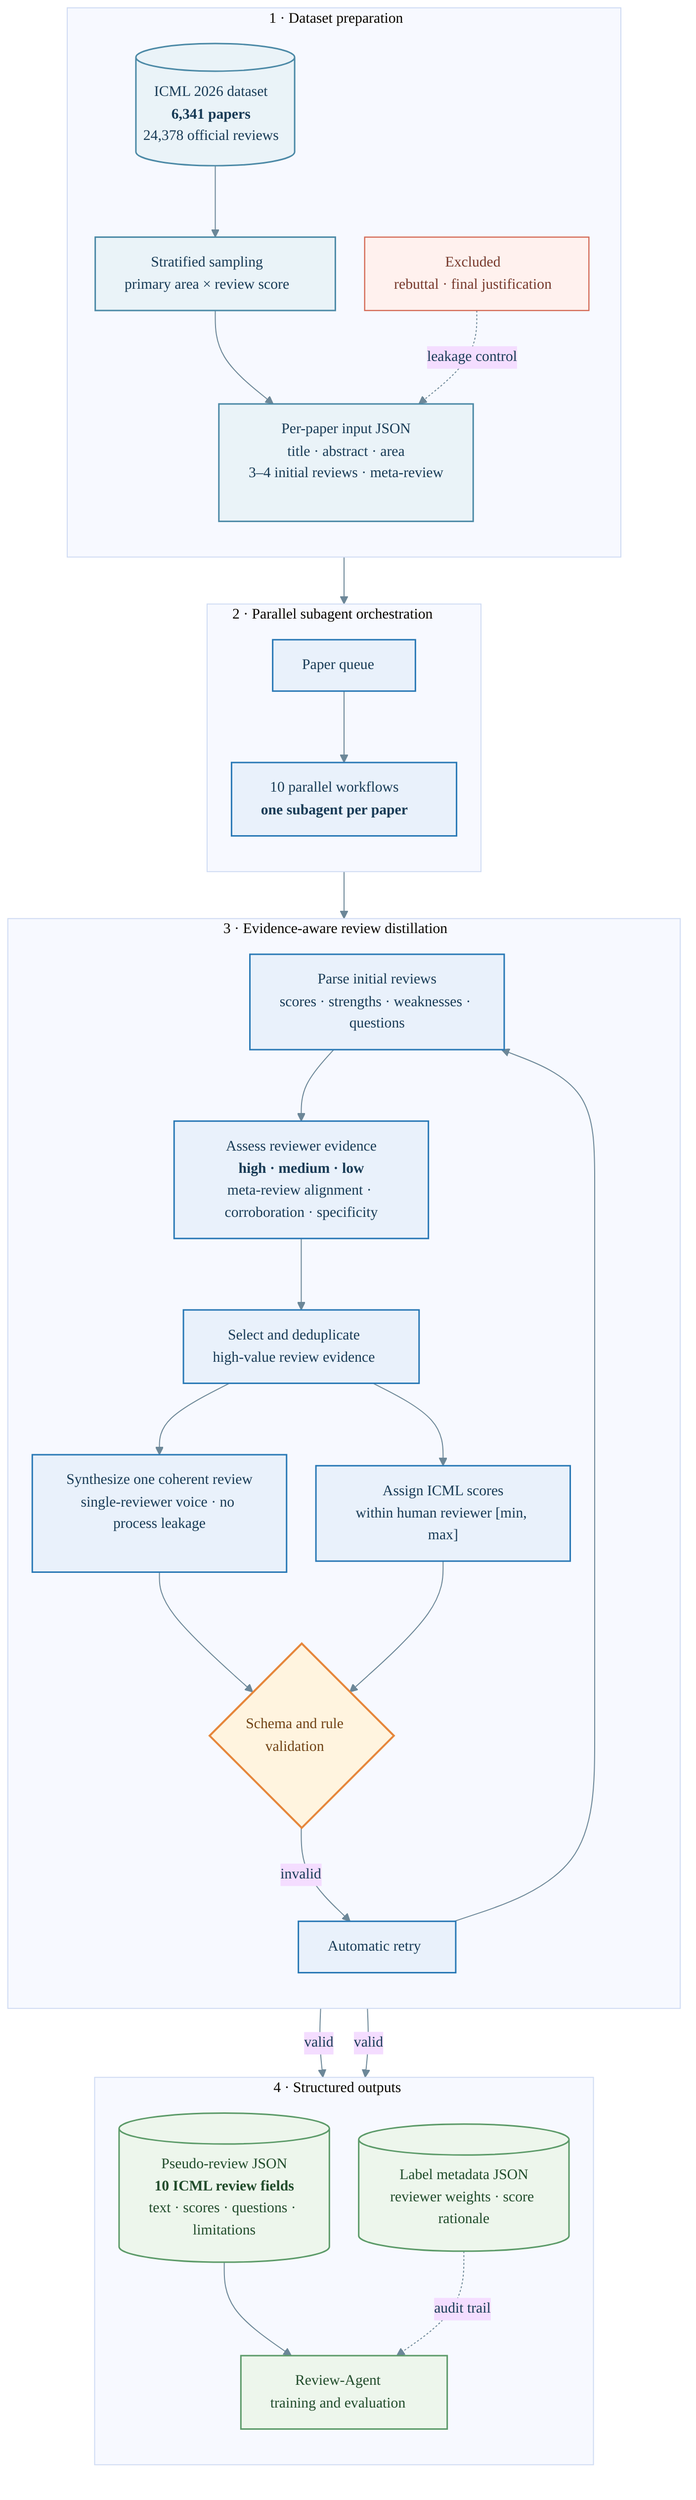
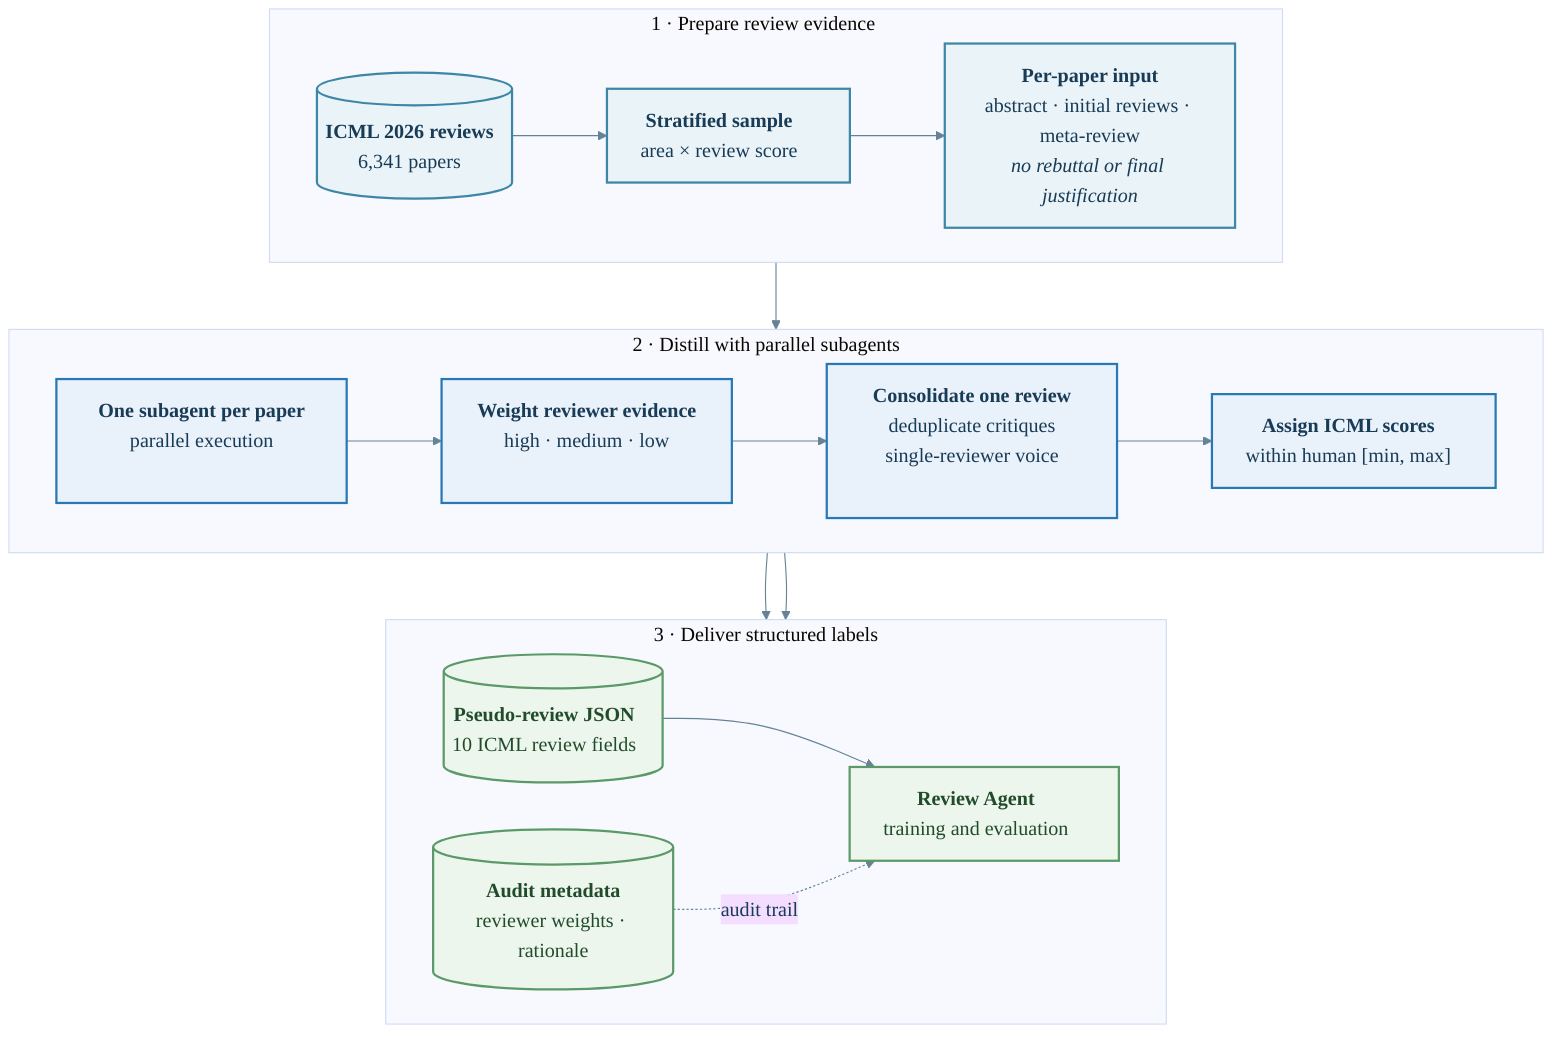
%%{init: {
  "theme": "base",
-   "flowchart": {"curve": "basis", "nodeSpacing": 30, "rankSpacing": 48},
+   "flowchart": {"curve": "basis", "nodeSpacing": 42, "rankSpacing": 60},
  "themeVariables": {
    "fontFamily": "Inter, Arial, sans-serif",
-     "fontSize": "15px",
+     "fontSize": "18px",
    "primaryTextColor": "#183B56",
-     "lineColor": "#6C8798"
+     "lineColor": "#668396"
  }
}}%%
flowchart TB
-     subgraph DATA["1 · Dataset preparation"]
-         direction TB
-         HF[("ICML 2026 dataset<br/><b>6,341 papers</b><br/>24,378 official reviews")]
-         SAMPLE["Stratified sampling<br/>primary area × review score"]
-         INPUT["Per-paper input JSON<br/>title · abstract · area<br/>3–4 initial reviews · meta-review"]
-         EXCLUDE["Excluded<br/>rebuttal · final justification"]
-         HF --> SAMPLE --> INPUT
-         EXCLUDE -. leakage control .-> INPUT
+     subgraph PREP["1 · Prepare review evidence"]
+         direction LR
+         DATA[("<b>ICML 2026 reviews</b><br/>6,341 papers")]
+         SAMPLE["<b>Stratified sample</b><br/>area × review score"]
+         INPUT["<b>Per-paper input</b><br/>abstract · initial reviews · meta-review<br/><i>no rebuttal or final justification</i>"]
+         DATA --> SAMPLE --> INPUT
    end

-     subgraph ORCH["2 · Parallel subagent orchestration"]
-         direction TB
-         QUEUE["Paper queue"]
-         WORKERS["10 parallel workflows<br/><b>one subagent per paper</b>"]
-         QUEUE --> WORKERS
+     subgraph DISTILL["2 · Distill with parallel subagents"]
+         direction LR
+         AGENT["<b>One subagent per paper</b><br/>parallel execution"]
+         WEIGHT["<b>Weight reviewer evidence</b><br/>high · medium · low"]
+         SYNTH["<b>Consolidate one review</b><br/>deduplicate critiques<br/>single-reviewer voice"]
+         SCORE["<b>Assign ICML scores</b><br/>within human [min, max]"]
+         AGENT --> WEIGHT --> SYNTH --> SCORE
    end

-     subgraph AGENT["3 · Evidence-aware review distillation"]
-         direction TB
-         READ["Parse initial reviews<br/>scores · strengths · weaknesses · questions"]
-         WEIGH["Assess reviewer evidence<br/><b>high · medium · low</b><br/>meta-review alignment · corroboration · specificity"]
-         SELECT["Select and deduplicate<br/>high-value review evidence"]
-         WRITE["Synthesize one coherent review<br/>single-reviewer voice · no process leakage"]
-         SCORE["Assign ICML scores<br/>within human reviewer [min, max]"]
-         VALIDATE{"Schema and rule<br/>validation"}
-         RETRY["Automatic retry"]
-         READ --> WEIGH --> SELECT
-         SELECT --> WRITE
-         SELECT --> SCORE
-         WRITE --> VALIDATE
-         SCORE --> VALIDATE
-         VALIDATE -- invalid --> RETRY --> READ
-     end
- 
-     subgraph OUTPUT["4 · Structured outputs"]
-         direction TB
-         REVIEW[("Pseudo-review JSON<br/><b>10 ICML review fields</b><br/>text · scores · questions · limitations")]
-         META[("Label metadata JSON<br/>reviewer weights · score rationale")]
-         USE["Review-Agent<br/>training and evaluation"]
+     subgraph DELIVER["3 · Deliver structured labels"]
+         direction LR
+         REVIEW[("<b>Pseudo-review JSON</b><br/>10 ICML review fields")]
+         META[("<b>Audit metadata</b><br/>reviewer weights · rationale")]
+         USE["<b>Review Agent</b><br/>training and evaluation"]
        REVIEW --> USE
        META -. audit trail .-> USE
    end

-     INPUT --> QUEUE
-     WORKERS --> READ
-     VALIDATE -- valid --> REVIEW
-     VALIDATE -- valid --> META
+     INPUT --> AGENT
+     SCORE --> REVIEW
+     SCORE --> META

-     classDef data fill:#EAF3F8,stroke:#4B89A6,stroke-width:1.5px,color:#183B56;
-     classDef process fill:#E9F1FB,stroke:#2878B5,stroke-width:1.5px,color:#183B56;
-     classDef decision fill:#FFF4DF,stroke:#E6863B,stroke-width:2px,color:#704214;
-     classDef output fill:#EDF6EC,stroke:#5B9A68,stroke-width:1.5px,color:#214C2B;
-     classDef warning fill:#FFF1EE,stroke:#D46A55,stroke-width:1.2px,color:#76382B;
+     classDef data fill:#EAF3F8,stroke:#3D86A6,stroke-width:2px,color:#183B56;
+     classDef process fill:#E9F1FB,stroke:#2878B5,stroke-width:2px,color:#183B56;
+     classDef output fill:#EDF6EC,stroke:#5B9A68,stroke-width:2px,color:#214C2B;
+     class DATA,SAMPLE,INPUT data;
+     class AGENT,WEIGHT,SYNTH,SCORE process;
+     class REVIEW,META,USE output;

-     class HF,SAMPLE,INPUT data;
-     class QUEUE,WORKERS,READ,WEIGH,SELECT,WRITE,SCORE,RETRY process;
-     class VALIDATE decision;
-     class REVIEW,META,USE output;
-     class EXCLUDE warning;
